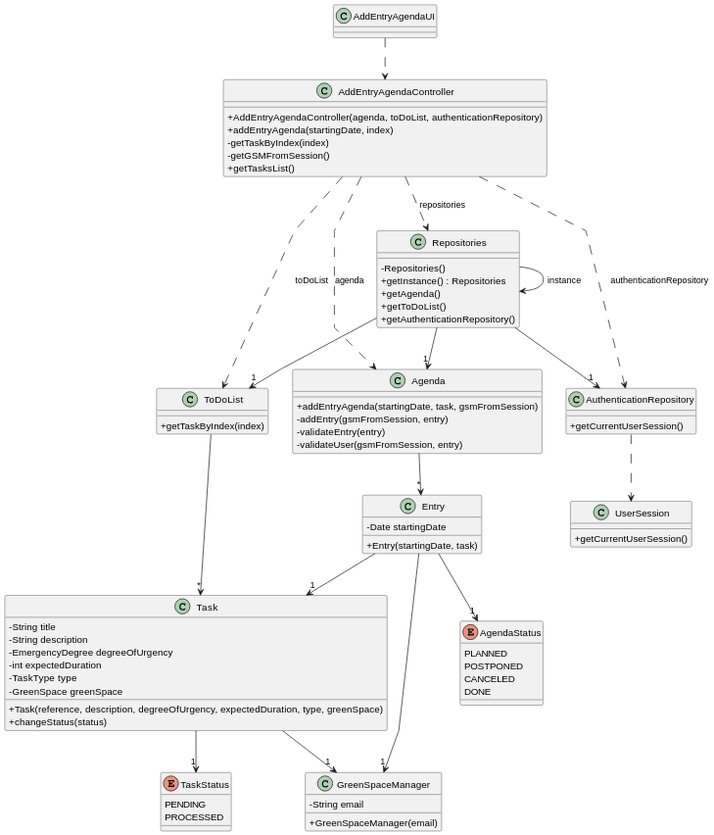
Before: docs/sprintA&B&C/us022/03.design/svg/us022-class-diagram.svg, a diagram exported from PlantUML (daniel41silva05/ISEP_2023_2024_LAPR2).
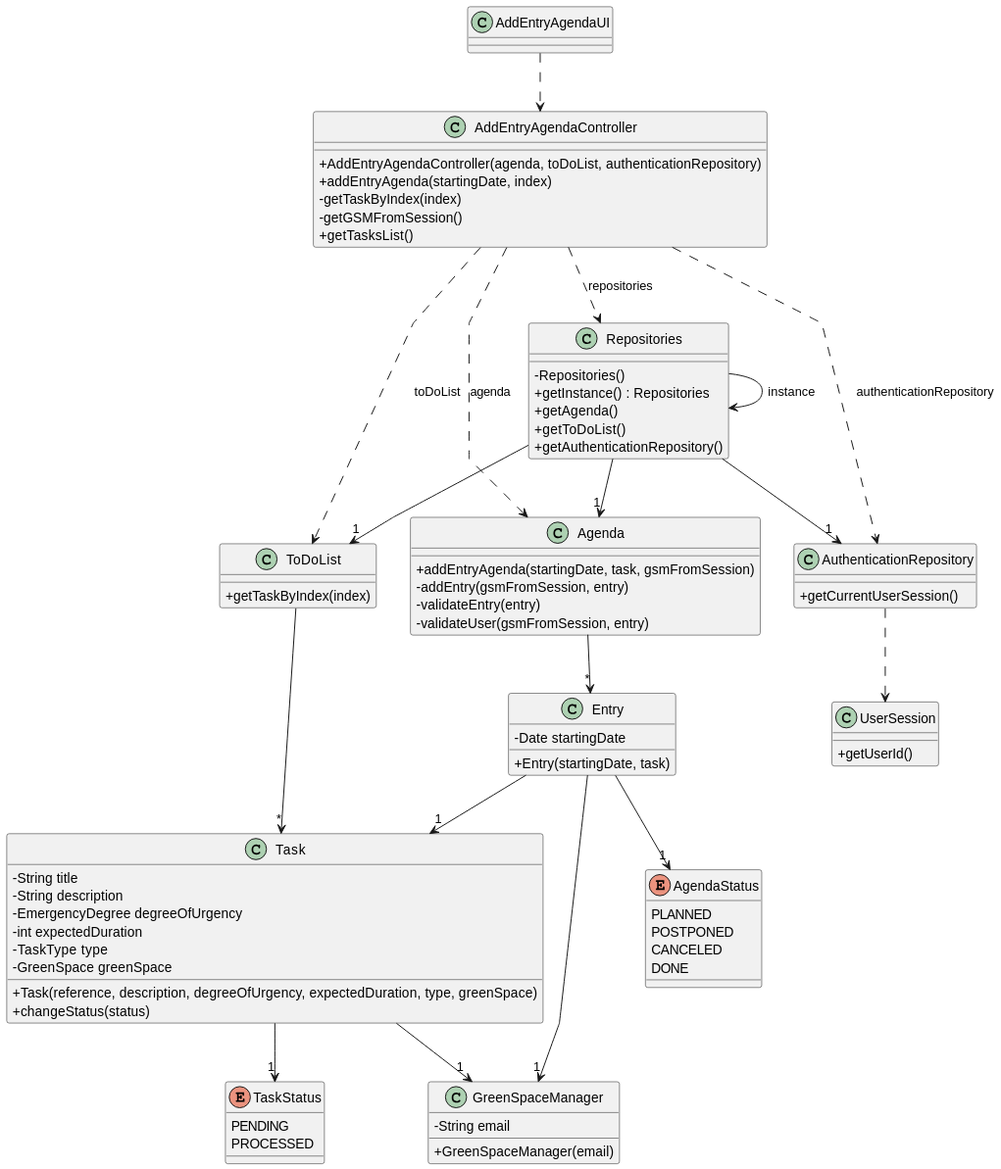
Later version of the same file.

Commit message:
US22 - Sequence Diagram Full #10

Change to the diagram source:
```diff
@@ -69,7 +69,7 @@
 }
 
 class UserSession {
-    +getCurrentUserSession()
+    +getUserId()
 }
 
 class GreenSpaceManager {
```
